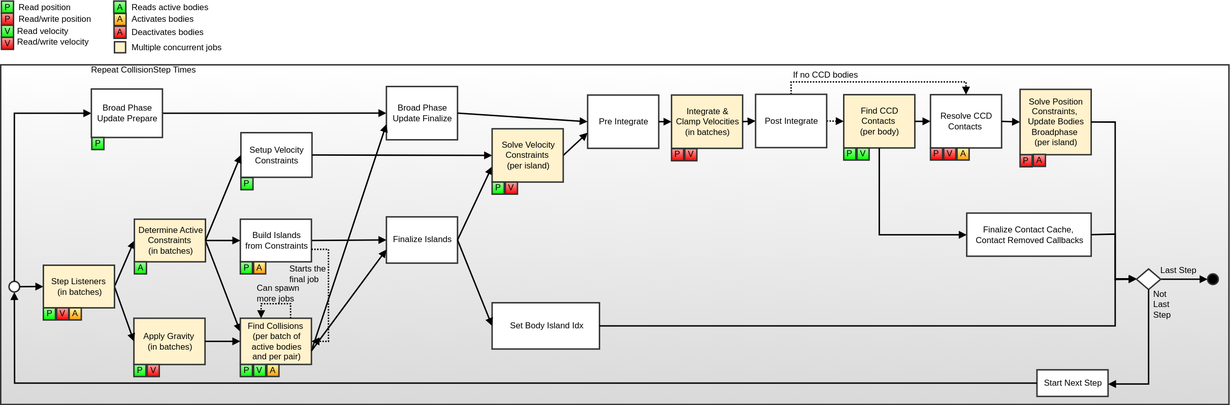
This is Docs/PhysicsSystemUpdate.svg from jrouwe/JoltPhysics, a draw.io export, as it was before one commit. Source tidied: cells renumbered, new cells last; positions are measured from the earlier drawing's top-left corner, leaving out a move shared by most shapes.
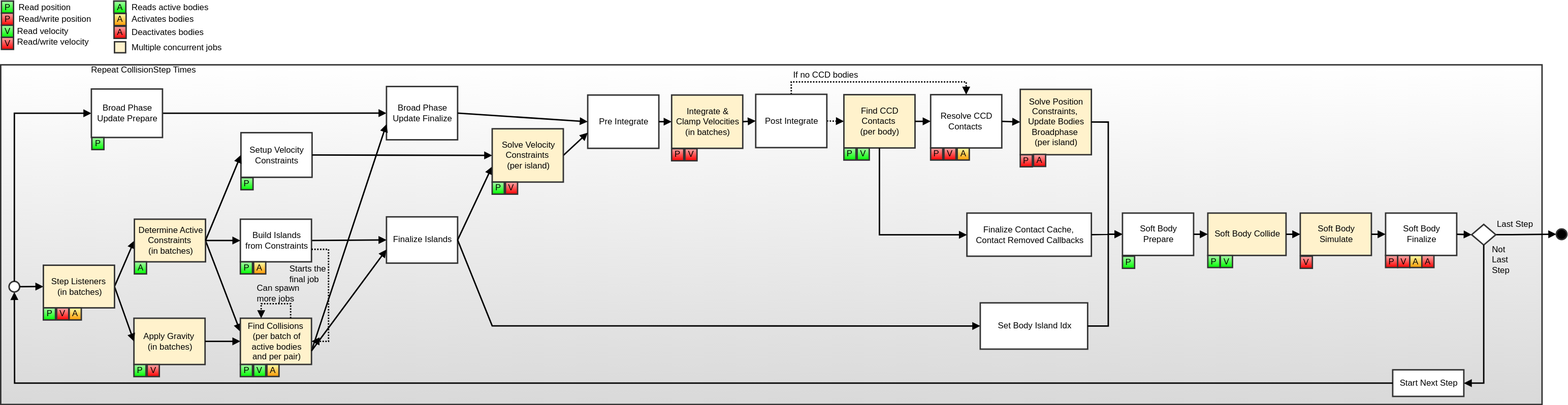
The same diagram one commit later.

Commit message:
Updated diagram & added validation for position/velocity access

Change to the diagram source:
```diff
@@ -3,7 +3,7 @@
     <mxCell id="0" />
     <mxCell id="1" parent="0" />
     <mxCell id="2" style="shape=rect;shadow=0;strokeWidth=2;fillColor=#d9d9d9;strokeColor=#333333;gradientColor=#FFFFFF;gradientDirection=north;opacity=100.0;gliffyId=319;" parent="1" vertex="1">
-      <mxGeometry x="0.5" y="89.8" width="1727.5" height="478" as="geometry" />
+      <mxGeometry x="0.5" y="89.8" width="2167.5" height="478" as="geometry" />
     </mxCell>
     <mxCell id="3" value="&lt;div style='width: 93.0px;height:auto;word-break: break-word;'&gt;&lt;div align=&quot;center&quot;&gt;&lt;span style=&quot;font-size: 12px; font-family: Arial; white-space: pre-wrap; text-decoration: none; line-height: 14px; color: rgb(0, 0, 0);&quot;&gt;Apply Gravity &lt;/span&gt;&lt;/div&gt;&lt;div align=&quot;center&quot;&gt;&lt;span style=&quot;font-size: 12px; font-family: Arial; white-space: pre-wrap; text-decoration: none; line-height: 14px; color: rgb(0, 0, 0);&quot;&gt;(in batches)&lt;/span&gt;&lt;/div&gt;&lt;/div&gt;" style="shape=rect;shadow=0;strokeWidth=2;fillColor=#fff2cc;strokeColor=#333333;opacity=100.0;html=1;nl2Br=0;verticalAlign=middle;align=center;spacingLeft=2.0;spacingRight=0;whiteSpace=wrap;gliffyId=3;" parent="1" vertex="1">
       <mxGeometry x="187.9" y="446.4" width="100" height="65.1" as="geometry" />
@@ -57,7 +57,7 @@
       <mxGeometry x="1434.2" y="124.2" width="100" height="92" as="geometry" />
     </mxCell>
     <mxCell id="13" style="shape=ellipse;perimeter=ellipsePerimeter;shadow=0;strokeWidth=2;fillColor=#000000;strokeColor=#333333;opacity=100.0;gliffyId=100;" parent="1" vertex="1">
-      <mxGeometry x="1698" y="384" width="15" height="15" as="geometry" />
+      <mxGeometry x="2188" y="320.7" width="15" height="15" as="geometry" />
     </mxCell>
     <mxCell id="14" style="shape=filledEdge;strokeWidth=2;strokeColor=#000000;fillColor=none;startArrow=none;startFill=0;startSize=6;endArrow=block;endFill=1;endSize=6;rounded=0;gliffyId=114;exitX=1.0;exitY=0.5;exitPerimeter=0;entryX=1.1102230246251565E-16;entryY=0.2928932309150696;entryPerimeter=0;" parent="1" edge="1" source="69" target="63">
       <mxGeometry relative="1" as="geometry">
@@ -108,7 +108,7 @@
       </mxGeometry>
     </mxCell>
     <mxCell id="20" value="&lt;div style='width: 141.96px;height:auto;word-break: break-word;'&gt;&lt;div align=&quot;center&quot;&gt;&lt;span style=&quot;font-size: 12px; font-family: Arial; white-space: pre-wrap; text-decoration: none; line-height: 14px; color: rgb(0, 0, 0);&quot;&gt;Set Body Island Idx&lt;/span&gt;&lt;/div&gt;&lt;/div&gt;" style="shape=rect;shadow=0;strokeWidth=2;fillColor=#ffffff;strokeColor=#333333;opacity=100.0;html=1;nl2Br=0;verticalAlign=middle;align=center;spacingLeft=3.02;spacingRight=0;whiteSpace=wrap;gliffyId=152;" parent="1" vertex="1">
-      <mxGeometry x="691.7" y="424.6" width="151" height="65.1" as="geometry" />
+      <mxGeometry x="1378" y="424.7" width="151" height="65.1" as="geometry" />
     </mxCell>
     <mxCell id="21" style="shape=filledEdge;strokeWidth=2;strokeColor=#000000;fillColor=none;startArrow=none;startFill=0;startSize=6;endArrow=block;endFill=1;endSize=6;rounded=0;gliffyId=154;exitX=1.0;exitY=0.5;exitPerimeter=0;entryX=0.0;entryY=0.5;entryPerimeter=0;" parent="1" edge="1" source="9" target="20">
       <mxGeometry relative="1" as="geometry">
@@ -118,19 +118,19 @@
         </Array>
       </mxGeometry>
     </mxCell>
-    <mxCell id="22" style="shape=filledEdge;strokeWidth=2;strokeColor=#000000;fillColor=none;startArrow=none;startFill=0;startSize=6;endArrow=block;endFill=1;endSize=6;rounded=0;gliffyId=155;edgeStyle=orthogonalEdgeStyle;" parent="1" edge="1" source="20" target="91">
+    <mxCell id="22" style="shape=filledEdge;strokeWidth=2;strokeColor=#000000;fillColor=none;startArrow=none;startFill=0;startSize=6;endArrow=block;endFill=1;endSize=6;rounded=0;gliffyId=155;edgeStyle=orthogonalEdgeStyle;entryX=0;entryY=0.5;entryDx=0;entryDy=0;" parent="1" edge="1" source="20" target="108">
       <mxGeometry relative="1" as="geometry">
         <Array as="points">
-          <mxPoint x="1568" y="457" />
-          <mxPoint x="1568" y="391" />
+          <mxPoint x="1558" y="457" />
+          <mxPoint x="1558" y="328" />
         </Array>
       </mxGeometry>
     </mxCell>
-    <mxCell id="23" style="shape=filledEdge;strokeWidth=2;strokeColor=#000000;fillColor=none;startArrow=none;startFill=0;startSize=6;endArrow=block;endFill=1;endSize=6;rounded=0;gliffyId=171;edgeStyle=orthogonalEdgeStyle;exitX=1;exitY=0.5;exitDx=0;exitDy=0;" parent="1" edge="1" source="12" target="91">
+    <mxCell id="23" style="shape=filledEdge;strokeWidth=2;strokeColor=#000000;fillColor=none;startArrow=none;startFill=0;startSize=6;endArrow=block;endFill=1;endSize=6;rounded=0;gliffyId=171;edgeStyle=orthogonalEdgeStyle;exitX=1;exitY=0.5;exitDx=0;exitDy=0;entryX=0;entryY=0.5;entryDx=0;entryDy=0;" parent="1" edge="1" source="12" target="108">
       <mxGeometry relative="1" as="geometry">
         <Array as="points">
-          <mxPoint x="1568" y="170" />
-          <mxPoint x="1568" y="391" />
+          <mxPoint x="1558" y="170" />
+          <mxPoint x="1558" y="328" />
         </Array>
       </mxGeometry>
     </mxCell>
@@ -225,12 +225,12 @@
       </mxGeometry>
     </mxCell>
     <mxCell id="49" value="&lt;div style='width: 93.0px;height:auto;word-break: break-word;'&gt;&lt;div align=&quot;center&quot;&gt;&lt;span style=&quot;font-size: 12px; font-family: Arial; white-space: pre-wrap; text-decoration: none; line-height: 14px; color: rgb(0, 0, 0);&quot;&gt;Start Next Step&lt;/span&gt;&lt;/div&gt;&lt;/div&gt;" style="shape=rect;shadow=0;strokeWidth=2;fillColor=#ffffff;strokeColor=#333333;opacity=100.0;html=1;nl2Br=0;verticalAlign=middle;align=center;spacingLeft=2.0;spacingRight=0;whiteSpace=wrap;gliffyId=311;" parent="1" vertex="1">
-      <mxGeometry x="1458" y="519" width="100" height="37.4" as="geometry" />
+      <mxGeometry x="1958" y="519" width="100" height="37.4" as="geometry" />
     </mxCell>
     <mxCell id="50" style="shape=filledEdge;strokeWidth=2;strokeColor=#000000;fillColor=none;startArrow=none;startFill=0;startSize=6;endArrow=block;endFill=1;endSize=6;rounded=0;gliffyId=313;exitX=1.0;exitY=0.5;exitPerimeter=0;entryX=0.0;entryY=0.5;entryPerimeter=0;" parent="1" edge="1" source="91" target="13">
       <mxGeometry relative="1" as="geometry">
         <Array as="points">
-          <mxPoint x="1632" y="391.5" />
+          <mxPoint x="2125.3" y="328.8" />
         </Array>
       </mxGeometry>
     </mxCell>
@@ -397,11 +397,10 @@
         </Array>
       </mxGeometry>
     </mxCell>
-    <mxCell id="89" style="shape=filledEdge;strokeWidth=2;strokeColor=#000000;fillColor=none;startArrow=none;startFill=0;startSize=6;endArrow=block;endFill=1;endSize=6;rounded=0;gliffyId=542;exitX=1.0;exitY=0.5;exitPerimeter=0;entryX=0.0;entryY=0.5;entryPerimeter=0;" parent="1" edge="1" source="87" target="91">
+    <mxCell id="89" style="shape=filledEdge;strokeWidth=2;strokeColor=#000000;fillColor=none;startArrow=none;startFill=0;startSize=6;endArrow=block;endFill=1;endSize=6;rounded=0;gliffyId=542;exitX=1.0;exitY=0.5;exitPerimeter=0;entryX=0;entryY=0.5;entryDx=0;entryDy=0;" parent="1" edge="1" source="87" target="108">
       <mxGeometry relative="1" as="geometry">
         <Array as="points">
           <mxPoint x="1568" y="328" />
-          <mxPoint x="1568" y="392" />
         </Array>
       </mxGeometry>
     </mxCell>
@@ -409,20 +408,16 @@
       <mxGeometry x="1204.9" y="206.8" width="17" height="17" as="geometry" />
     </mxCell>
     <mxCell id="91" style="shape=rhombus;perimeter=rhombusPerimeter;shadow=0;strokeWidth=2;fillColor=#FFFFFF;strokeColor=#333333;opacity=100.0;gliffyId=566;" parent="1" vertex="1">
-      <mxGeometry x="1598" y="377" width="34" height="29" as="geometry" />
+      <mxGeometry x="2069" y="314.3" width="34" height="29" as="geometry" />
     </mxCell>
-    <mxCell id="92" style="shape=filledEdge;strokeWidth=2;strokeColor=#000000;fillColor=none;startArrow=none;startFill=0;startSize=6;endArrow=block;endFill=1;endSize=6;rounded=0;gliffyId=568;edgeStyle=orthogonalEdgeStyle;" parent="1" edge="1" source="91" target="49">
-      <mxGeometry relative="1" as="geometry">
-        <Array as="points">
-          <mxPoint x="1615" y="539" />
-        </Array>
-      </mxGeometry>
+    <mxCell id="92" style="shape=filledEdge;strokeWidth=2;strokeColor=#000000;fillColor=none;startArrow=none;startFill=0;startSize=6;endArrow=block;endFill=1;endSize=6;rounded=0;gliffyId=568;edgeStyle=orthogonalEdgeStyle;entryX=1;entryY=0.5;entryDx=0;entryDy=0;exitX=0.5;exitY=1;exitDx=0;exitDy=0;" parent="1" edge="1" source="91" target="49">
+      <mxGeometry relative="1" as="geometry" />
     </mxCell>
     <mxCell id="93" value="&lt;div style='width: 64.0px;height:auto;word-break: break-word;'&gt;&lt;div align=&quot;left&quot;&gt;&lt;span style=&quot;font-size: 12px; font-family: Arial; white-space: pre-wrap; text-decoration: none; line-height: 14px; color: rgb(0, 0, 0);&quot;&gt;Not &lt;/span&gt;&lt;/div&gt;&lt;div align=&quot;left&quot;&gt;&lt;span style=&quot;font-size: 12px; font-family: Arial; white-space: pre-wrap; text-decoration: none; line-height: 14px; color: rgb(0, 0, 0);&quot;&gt;Last  &lt;/span&gt;&lt;/div&gt;&lt;div align=&quot;left&quot;&gt;&lt;span style=&quot;font-size: 12px; font-family: Arial; white-space: pre-wrap; text-decoration: none; line-height: 14px; color: rgb(0, 0, 0);&quot;&gt;Step&lt;/span&gt;&lt;/div&gt;&lt;/div&gt;" style="text;html=1;nl2Br=0;html=1;nl2Br=0;verticalAlign=middle;align=left;spacingLeft=0.0;spacingRight=0;whiteSpace=wrap;gliffyId=570;" parent="1" vertex="1">
-      <mxGeometry x="1619.5" y="406" width="67" height="42" as="geometry" />
+      <mxGeometry x="2095.8" y="343.3" width="35.2" height="42" as="geometry" />
     </mxCell>
     <mxCell id="94" value="&lt;div style='width: 68.5px;height:auto;word-break: break-word;'&gt;&lt;div align=&quot;left&quot;&gt;&lt;span style=&quot;font-size: 12px; font-family: Arial; white-space: pre-wrap; text-decoration: none; line-height: 14px; color: rgb(0, 0, 0);&quot;&gt;Last Step&lt;/span&gt;&lt;/div&gt;&lt;/div&gt;" style="text;html=1;nl2Br=0;html=1;nl2Br=0;verticalAlign=middle;align=left;spacingLeft=0.0;spacingRight=0;whiteSpace=wrap;gliffyId=571;" parent="1" vertex="1">
-      <mxGeometry x="1630" y="371.8" width="71.5" height="14" as="geometry" />
+      <mxGeometry x="2103" y="307" width="71.5" height="14" as="geometry" />
     </mxCell>
     <mxCell id="95" style="shape=filledEdge;strokeWidth=2;strokeColor=#000000;fillColor=none;startArrow=none;startFill=0;startSize=6;endArrow=block;endFill=1;endSize=6;rounded=0;gliffyId=581;exitX=1.0;exitY=0.5;exitPerimeter=0;entryX=0.0;entryY=0.5;entryPerimeter=0;" parent="1" edge="1" source="4" target="97">
       <mxGeometry relative="1" as="geometry">
@@ -485,5 +480,53 @@
     <mxCell id="107" value="&lt;div style='width: 67.0px;height:auto;word-break: break-word;'&gt;&lt;div align=&quot;left&quot;&gt;&lt;span style=&quot;font-size: 12px; font-family: Arial; white-space: pre-wrap; text-decoration: none; line-height: 14px; color: rgb(0, 0, 0);&quot;&gt;Starts the final job&lt;/span&gt;&lt;/div&gt;&lt;/div&gt;" style="text;html=1;nl2Br=0;html=1;nl2Br=0;verticalAlign=middle;align=left;spacingLeft=0.0;spacingRight=0;whiteSpace=wrap;gliffyId=619;" parent="1" vertex="1">
       <mxGeometry x="405" y="369.9" width="70" height="28" as="geometry" />
     </mxCell>
+    <mxCell id="108" value="&lt;div style=&quot;width: 93.0px;height:auto;word-break: break-word;&quot;&gt;&lt;div align=&quot;center&quot;&gt;&lt;font face=&quot;Arial&quot; color=&quot;#000000&quot;&gt;&lt;span style=&quot;white-space-collapse: preserve;&quot;&gt;Soft Body Prepare&lt;/span&gt;&lt;/font&gt;&lt;/div&gt;&lt;/div&gt;" style="shape=rect;shadow=0;strokeWidth=2;fillColor=#ffffff;strokeColor=#333333;opacity=100.0;html=1;nl2Br=0;verticalAlign=middle;align=center;spacingLeft=2.0;spacingRight=0;whiteSpace=wrap;gliffyId=48;" parent="1" vertex="1">
+      <mxGeometry x="1578" y="298.4" width="100" height="59.6" as="geometry" />
+    </mxCell>
+    <mxCell id="109" value="&lt;div style=&quot;width: 93.0px;height:auto;word-break: break-word;&quot;&gt;&lt;div&gt;&lt;font face=&quot;Arial&quot; color=&quot;#000000&quot;&gt;&lt;span style=&quot;white-space-collapse: preserve;&quot;&gt;Soft Body &lt;/span&gt;&lt;/font&gt;&lt;span style=&quot;white-space-collapse: preserve; color: rgb(0, 0, 0); font-family: Arial; background-color: initial;&quot;&gt;Collide&lt;/span&gt;&lt;/div&gt;&lt;/div&gt;" style="shape=rect;shadow=0;strokeWidth=2;fillColor=#FFF2CC;strokeColor=#333333;opacity=100.0;html=1;nl2Br=0;verticalAlign=middle;align=center;spacingLeft=2.0;spacingRight=0;whiteSpace=wrap;gliffyId=48;" parent="1" vertex="1">
+      <mxGeometry x="1698" y="298.4" width="110" height="59.6" as="geometry" />
+    </mxCell>
+    <mxCell id="110" value="&lt;div style=&quot;width: 93.0px;height:auto;word-break: break-word;&quot;&gt;&lt;div align=&quot;center&quot;&gt;&lt;font face=&quot;Arial&quot; color=&quot;#000000&quot;&gt;&lt;span style=&quot;white-space-collapse: preserve;&quot;&gt;Soft Body Simulate&lt;/span&gt;&lt;/font&gt;&lt;/div&gt;&lt;/div&gt;" style="shape=rect;shadow=0;strokeWidth=2;fillColor=#FFF2CC;strokeColor=#333333;opacity=100.0;html=1;nl2Br=0;verticalAlign=middle;align=center;spacingLeft=2.0;spacingRight=0;whiteSpace=wrap;gliffyId=48;" parent="1" vertex="1">
+      <mxGeometry x="1828" y="298.4" width="100" height="59.6" as="geometry" />
+    </mxCell>
+    <mxCell id="111" value="&lt;div style=&quot;width: 93.0px;height:auto;word-break: break-word;&quot;&gt;&lt;div align=&quot;center&quot;&gt;&lt;font face=&quot;Arial&quot; color=&quot;#000000&quot;&gt;&lt;span style=&quot;white-space-collapse: preserve;&quot;&gt;Soft Body Finalize&lt;/span&gt;&lt;/font&gt;&lt;/div&gt;&lt;/div&gt;" style="shape=rect;shadow=0;strokeWidth=2;fillColor=#ffffff;strokeColor=#333333;opacity=100.0;html=1;nl2Br=0;verticalAlign=middle;align=center;spacingLeft=2.0;spacingRight=0;whiteSpace=wrap;gliffyId=48;" parent="1" vertex="1">
+      <mxGeometry x="1948" y="298.4" width="100" height="59.6" as="geometry" />
+    </mxCell>
+    <mxCell id="112" style="endArrow=block;html=1;rounded=0;exitX=1;exitY=0.5;exitDx=0;exitDy=0;strokeWidth=2;strokeColor=#000000;endFill=1;" parent="1" edge="1" source="108" target="109">
+      <mxGeometry relative="1" as="geometry" />
+    </mxCell>
+    <mxCell id="113" style="endArrow=block;html=1;rounded=0;entryX=0;entryY=0.5;entryDx=0;entryDy=0;exitX=1;exitY=0.5;exitDx=0;exitDy=0;strokeWidth=2;strokeColor=#000000;endFill=1;" parent="1" edge="1" source="109" target="110">
+      <mxGeometry relative="1" as="geometry" />
+    </mxCell>
+    <mxCell id="114" style="endArrow=block;html=1;rounded=0;exitX=1;exitY=0.5;exitDx=0;exitDy=0;strokeWidth=2;strokeColor=#000000;endFill=1;" parent="1" edge="1" source="110" target="111">
+      <mxGeometry relative="1" as="geometry" />
+    </mxCell>
+    <mxCell id="115" style="endArrow=block;html=1;rounded=0;entryX=0;entryY=0.5;entryDx=0;entryDy=0;exitX=1;exitY=0.5;exitDx=0;exitDy=0;strokeWidth=2;strokeColor=#000000;endFill=1;" parent="1" edge="1" source="111" target="91">
+      <mxGeometry relative="1" as="geometry" />
+    </mxCell>
+    <mxCell id="116" value="&lt;div style='width: 13.32px;height:auto;word-break: break-word;'&gt;&lt;div align=&quot;center&quot;&gt;&lt;span style=&quot;font-size: 12px; font-family: Arial; white-space: pre-wrap; text-decoration: none; line-height: 14px; color: rgb(0, 0, 0);&quot;&gt;P&lt;/span&gt;&lt;/div&gt;&lt;/div&gt;" style="shape=rect;shadow=0;strokeWidth=2;fillColor=#00ff00;strokeColor=#333333;gradientColor=#AAFFAA;gradientDirection=north;opacity=100.0;html=1;nl2Br=0;verticalAlign=middle;align=center;spacingLeft=0.34;spacingRight=0;whiteSpace=wrap;gliffyId=191;" parent="1" vertex="1">
+      <mxGeometry x="1578" y="359.1" width="17" height="17" as="geometry" />
+    </mxCell>
+    <mxCell id="117" value="&lt;div style='width: 13.32px;height:auto;word-break: break-word;'&gt;&lt;div align=&quot;center&quot;&gt;&lt;span style=&quot;font-size: 12px; font-family: Arial; white-space: pre-wrap; text-decoration: none; line-height: 14px; color: rgb(0, 0, 0);&quot;&gt;P&lt;/span&gt;&lt;/div&gt;&lt;/div&gt;" style="shape=rect;shadow=0;strokeWidth=2;fillColor=#ff0000;strokeColor=#333333;gradientColor=#FFAAAA;gradientDirection=north;opacity=100.0;html=1;nl2Br=0;verticalAlign=middle;align=center;spacingLeft=0.34;spacingRight=0;whiteSpace=wrap;gliffyId=200;" parent="1" vertex="1">
+      <mxGeometry x="1948" y="358" width="17" height="17" as="geometry" />
+    </mxCell>
+    <mxCell id="118" value="&lt;div style='width: 13.32px;height:auto;word-break: break-word;'&gt;&lt;div align=&quot;center&quot;&gt;&lt;span style=&quot;font-size: 12px; font-family: Arial; white-space: pre-wrap; text-decoration: none; line-height: 14px; color: rgb(0, 0, 0);&quot;&gt;V&lt;/span&gt;&lt;/div&gt;&lt;/div&gt;" style="shape=rect;shadow=0;strokeWidth=2;fillColor=#ff0000;strokeColor=#333333;gradientColor=#FFAAAA;gradientDirection=north;opacity=100.0;html=1;nl2Br=0;verticalAlign=middle;align=center;spacingLeft=0.34;spacingRight=0;whiteSpace=wrap;gliffyId=198;" parent="1" vertex="1">
+      <mxGeometry x="1965" y="358" width="17" height="17" as="geometry" />
+    </mxCell>
+    <mxCell id="119" value="&lt;div style='width: 13.32px;height:auto;word-break: break-word;'&gt;&lt;div align=&quot;center&quot;&gt;&lt;span style=&quot;font-size: 12px; font-family: Arial; white-space: pre-wrap; text-decoration: none; line-height: 14px; color: rgb(0, 0, 0);&quot;&gt;P&lt;/span&gt;&lt;/div&gt;&lt;/div&gt;" style="shape=rect;shadow=0;strokeWidth=2;fillColor=#00ff00;strokeColor=#333333;gradientColor=#AAFFAA;gradientDirection=north;opacity=100.0;html=1;nl2Br=0;verticalAlign=middle;align=center;spacingLeft=0.34;spacingRight=0;whiteSpace=wrap;gliffyId=191;" parent="1" vertex="1">
+      <mxGeometry x="1698" y="358" width="17" height="17" as="geometry" />
+    </mxCell>
+    <mxCell id="120" value="&lt;div style='width: 13.32px;height:auto;word-break: break-word;'&gt;&lt;div align=&quot;center&quot;&gt;&lt;span style=&quot;font-size: 12px; font-family: Arial; white-space: pre-wrap; text-decoration: none; line-height: 14px; color: rgb(0, 0, 0);&quot;&gt;V&lt;/span&gt;&lt;/div&gt;&lt;/div&gt;" style="shape=rect;shadow=0;strokeWidth=2;fillColor=#00ff00;strokeColor=#333333;gradientColor=#AAFFAA;gradientDirection=north;opacity=100.0;html=1;nl2Br=0;verticalAlign=middle;align=center;spacingLeft=0.34;spacingRight=0;whiteSpace=wrap;gliffyId=194;" parent="1" vertex="1">
+      <mxGeometry x="1715.7" y="358" width="17" height="17" as="geometry" />
+    </mxCell>
+    <mxCell id="121" value="&lt;div style='width: 13.32px;height:auto;word-break: break-word;'&gt;&lt;div align=&quot;center&quot;&gt;&lt;span style=&quot;font-size: 12px; font-family: Arial; white-space: pre-wrap; text-decoration: none; line-height: 14px; color: rgb(0, 0, 0);&quot;&gt;V&lt;/span&gt;&lt;/div&gt;&lt;/div&gt;" style="shape=rect;shadow=0;strokeWidth=2;fillColor=#ff0000;strokeColor=#333333;gradientColor=#FFAAAA;gradientDirection=north;opacity=100.0;html=1;nl2Br=0;verticalAlign=middle;align=center;spacingLeft=0.34;spacingRight=0;whiteSpace=wrap;gliffyId=198;" parent="1" vertex="1">
+      <mxGeometry x="1828" y="359.1" width="17" height="17" as="geometry" />
+    </mxCell>
+    <mxCell id="122" value="&lt;div style='width: 13.32px;height:auto;word-break: break-word;'&gt;&lt;div align=&quot;center&quot;&gt;&lt;span style=&quot;font-size: 12px; font-family: Arial; white-space: pre-wrap; text-decoration: none; line-height: 14px; color: rgb(0, 0, 0);&quot;&gt;A&lt;/span&gt;&lt;/div&gt;&lt;/div&gt;" style="shape=rect;shadow=0;strokeWidth=2;fillColor=#ff9900;strokeColor=#333333;gradientColor=#FFFFAA;gradientDirection=north;opacity=100.0;html=1;nl2Br=0;verticalAlign=middle;align=center;spacingLeft=0.34;spacingRight=0;whiteSpace=wrap;gliffyId=438;" parent="1" vertex="1">
+      <mxGeometry x="1982" y="358" width="17" height="17" as="geometry" />
+    </mxCell>
+    <mxCell id="123" value="&lt;div style='width: 13.32px;height:auto;word-break: break-word;'&gt;&lt;div align=&quot;center&quot;&gt;&lt;span style=&quot;font-size: 12px; font-family: Arial; white-space: pre-wrap; text-decoration: none; line-height: 14px; color: rgb(0, 0, 0);&quot;&gt;A&lt;/span&gt;&lt;/div&gt;&lt;/div&gt;" style="shape=rect;shadow=0;strokeWidth=2;fillColor=#ff0000;strokeColor=#333333;gradientColor=#FFAAAA;gradientDirection=north;opacity=100.0;html=1;nl2Br=0;verticalAlign=middle;align=center;spacingLeft=0.34;spacingRight=0;whiteSpace=wrap;gliffyId=341;" parent="1" vertex="1">
+      <mxGeometry x="1999" y="358" width="17" height="17" as="geometry" />
+    </mxCell>
   </root>
 </mxGraphModel>
```
